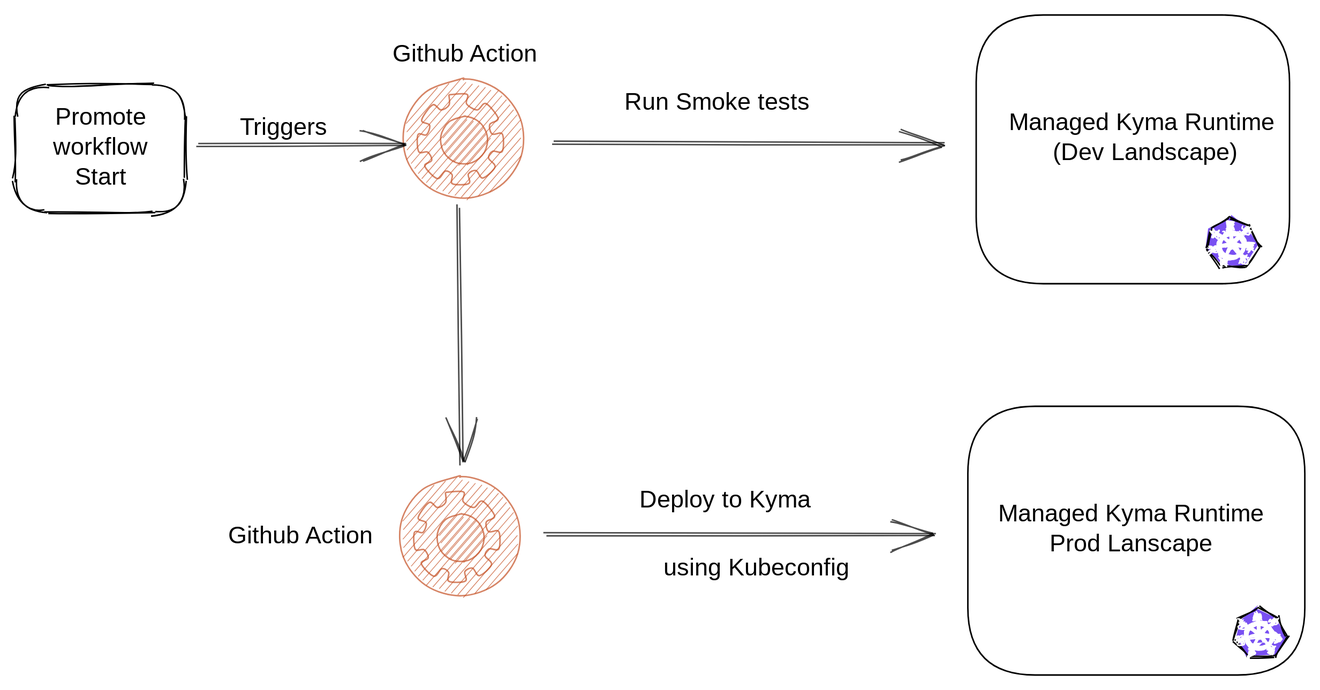
Before: assets/promote-flow.svg, a diagram exported from Excalidraw (abbi-gaurav/ci-cd-kyma). Source tidied: one line per element, renumbered; positions are measured from the earlier drawing's top-left corner, leaving out a move shared by most shapes.
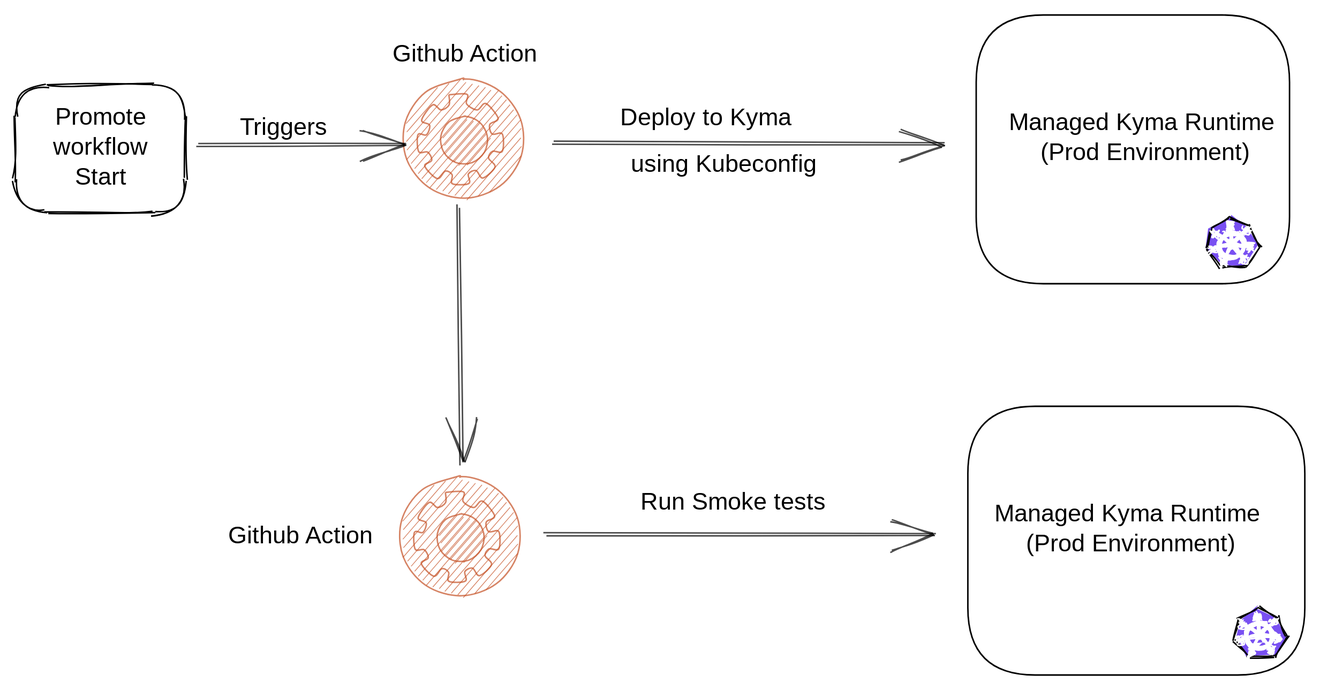
The same file after the commit.

The edit, as a diff of the source:
```diff
@@ -6,10 +6,8 @@
 {"id": 5, "type": "rectangle", "strokeColor": "#000000", "strokeWidth": 1, "roughness": 0, "x": 635, "y": 261, "width": 225, "height": 179}
 {"id": 6, "type": "arrow", "strokeColor": "#000000", "strokeWidth": 1, "roughness": 1, "opacity": 70, "endArrowhead": "arrow", "from": 56, "to": 5, "x": 353, "y": 346, "width": 261, "height": 0, "points": [[0, 0], [261, 0]]}
 {"id": 7, "type": "text", "text": "Github Action", "strokeColor": "#000000", "strokeWidth": 1, "roughness": 0, "fontSize": 16, "fontFamily": 1, "x": 252, "y": 17, "width": 104, "height": 20}
-{"id": 8, "type": "text", "text": "Run Smoke tests", "strokeColor": "#000000", "strokeWidth": 1, "roughness": 0, "fontSize": 16, "fontFamily": 1, "x": 406, "y": 49, "width": 131, "height": 20}
+{"id": 8, "type": "text", "text": "Run Smoke tests", "strokeColor": "#000000", "strokeWidth": 1, "roughness": 0, "fontSize": 16, "fontFamily": 1, "x": 417, "y": 316, "width": 131, "height": 20}
-{"id": 9, "type": "text", "text": "Deploy to Kyma", "strokeColor": "#000000", "strokeWidth": 1, "roughness": 0, "fontSize": 16, "fontFamily": 1, "x": 416, "y": 315, "width": 130, "height": 20}
-{"id": 10, "type": "text", "text": "Managed Kyma Runtime\nProd Lanscape", "strokeColor": "#000000", "strokeWidth": 1, "roughness": 0, "fontSize": 16, "fontFamily": 1, "textAlign": "center", "x": 655, "y": 324, "width": 178, "height": 40}
+{"id": 10, "type": "text", "text": "Managed Kyma Runtime \n(Prod Environment)", "strokeColor": "#000000", "strokeWidth": 1, "roughness": 0, "fontSize": 16, "fontFamily": 1, "textAlign": "center", "x": 651, "y": 324, "width": 186, "height": 40}
-{"id": 11, "type": "text", "text": "using Kubeconfig", "strokeColor": "#000000", "strokeWidth": 2, "roughness": 0, "fontSize": 16, "fontFamily": 1, "x": 433, "y": 360, "width": 125, "height": 20}
 {"id": 12, "type": "line", "strokeColor": "#000000", "backgroundColor": "#7950f2", "fillStyle": "solid", "strokeWidth": 1, "roughness": 1, "x": 975, "y": 395, "width": 36, "height": 33, "points": [[-147, 0], [-160, 8], [-163, 21], [-153, 33], [-135, 33], [-127, 20], [-134, 6], [-147, 0]]}
 {"id": 13, "type": "ellipse", "strokeColor": "#ffffff", "strokeWidth": 1, "roughness": 1, "x": 828, "y": 412, "width": 4, "height": 4}
 {"id": 14, "type": "ellipse", "strokeColor": "#ffffff", "strokeWidth": 1, "roughness": 1, "x": 828, "y": 412, "width": 3, "height": 4}
@@ -62,7 +60,7 @@
 {"id": 61, "type": "text", "text": " Promote \nworkflow\nStart", "strokeColor": "#000000", "strokeWidth": 1, "roughness": 1, "fontSize": 16, "fontFamily": 1, "textAlign": "center", "verticalAlign": "middle", "x": 17, "y": 59, "width": 80, "height": 60}
 {"id": 62, "type": "rectangle", "strokeColor": "#000000", "strokeWidth": 1, "roughness": 0, "x": 641, "y": 0, "width": 209, "height": 179}
 {"id": 63, "type": "arrow", "strokeColor": "#000000", "strokeWidth": 1, "roughness": 1, "opacity": 70, "endArrowhead": "arrow", "from": 0, "to": 62, "x": 358, "y": 85, "width": 261, "height": 0, "points": [[0, 0], [261, 0]]}
-{"id": 64, "type": "text", "text": "Managed Kyma Runtime \n(Dev Landscape)", "strokeColor": "#000000", "strokeWidth": 1, "roughness": 0, "fontSize": 16, "fontFamily": 1, "textAlign": "center", "x": 661, "y": 63, "width": 186, "height": 40}
+{"id": 64, "type": "text", "text": "Managed Kyma Runtime \n(Prod Environment)", "strokeColor": "#000000", "strokeWidth": 1, "roughness": 0, "fontSize": 16, "fontFamily": 1, "textAlign": "center", "x": 661, "y": 63, "width": 186, "height": 40}
 {"id": 65, "type": "line", "strokeColor": "#000000", "backgroundColor": "#7950f2", "fillStyle": "solid", "strokeWidth": 1, "roughness": 1, "x": 957, "y": 135, "width": 36, "height": 33, "points": [[-147, 0], [-160, 8], [-163, 21], [-153, 33], [-135, 33], [-127, 20], [-134, 6], [-147, 0]]}
 {"id": 66, "type": "ellipse", "strokeColor": "#ffffff", "strokeWidth": 1, "roughness": 1, "x": 809, "y": 151, "width": 4, "height": 4}
 {"id": 67, "type": "ellipse", "strokeColor": "#ffffff", "strokeWidth": 1, "roughness": 1, "x": 810, "y": 151, "width": 3, "height": 4}
@@ -106,3 +104,5 @@
 {"id": 105, "type": "line", "strokeColor": "#ffffff", "backgroundColor": "#ffffff", "fillStyle": "solid", "strokeWidth": 1, "roughness": 2, "x": 812, "y": 150, "width": 1, "height": 9, "points": [[0, 0], [-1, -9]]}
 {"id": 106, "type": "line", "strokeColor": "#ffffff", "backgroundColor": "#ffffff", "fillStyle": "solid", "strokeWidth": 1, "roughness": 2, "x": 810, "y": 152, "width": 9, "height": 6, "points": [[0, 0], [-9, -6]]}
 {"id": 107, "type": "line", "strokeColor": "#ffffff", "backgroundColor": "#ffffff", "fillStyle": "solid", "strokeWidth": 1, "roughness": 2, "x": 809, "y": 154, "width": 10, "height": 2, "points": [[0, 0], [-10, 2]]}
+{"id": 9, "type": "text", "text": "Deploy to Kyma", "strokeColor": "#000000", "strokeWidth": 1, "roughness": 0, "fontSize": 16, "fontFamily": 1, "x": 403, "y": 60, "width": 130, "height": 20}
+{"id": 11, "type": "text", "text": "using Kubeconfig", "strokeColor": "#000000", "strokeWidth": 2, "roughness": 0, "fontSize": 16, "fontFamily": 1, "x": 411, "y": 91, "width": 125, "height": 20}
```
